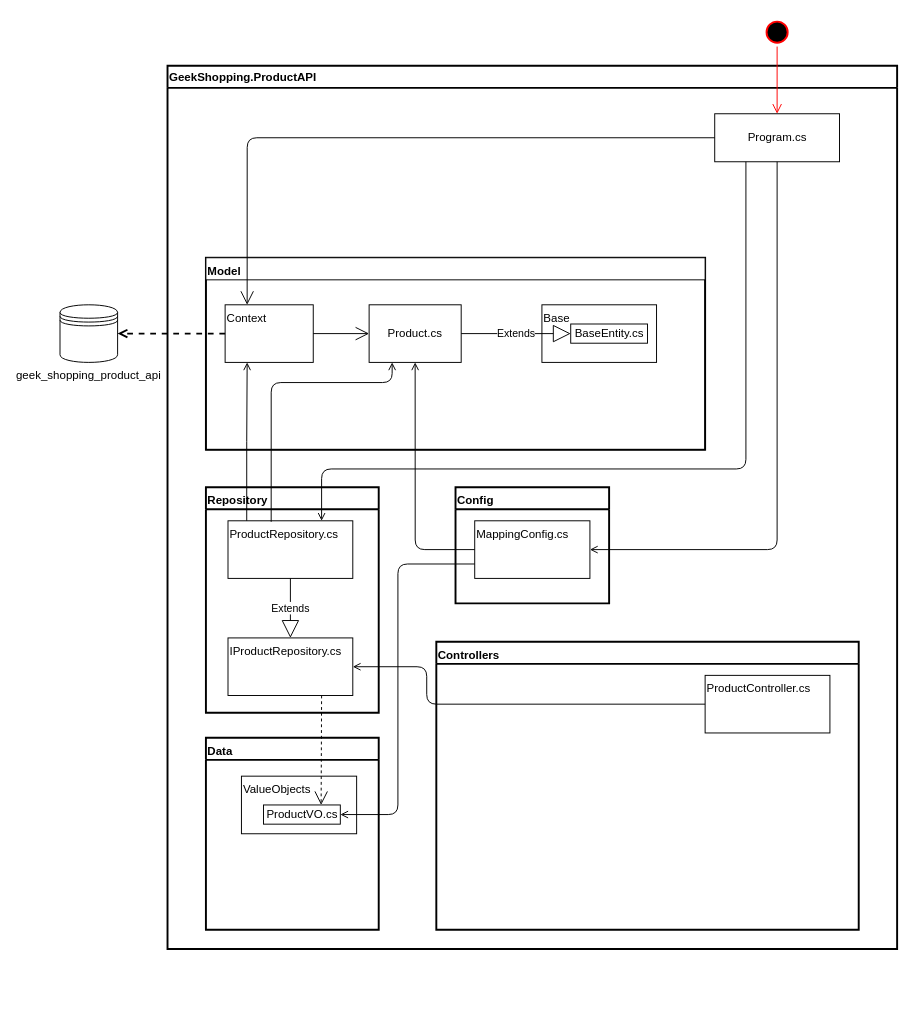
Earlier version of the draw.io diagram GeekShopping/Docs/GeekShopping.ProductAPI.drawio (giovanesd/erudio-microservices-dotnet6). Source tidied: cells renumbered, new cells numbered last; positions are measured from the earlier drawing's top-left corner, leaving out a move shared by most shapes. Both pictures are drawn from the tidied source at 96%, with x=0, y=0 at pixel (60, 17).
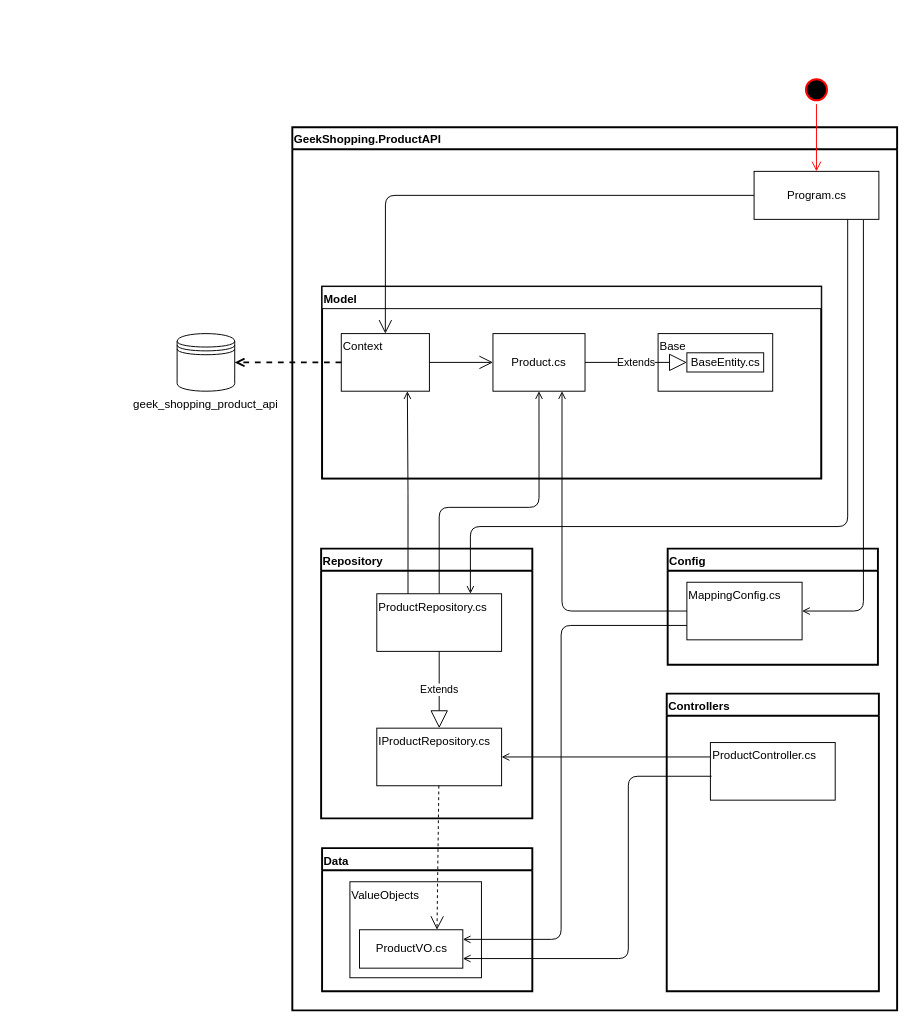
Above is the later version.

Commit message (it also covers changes not shown here):
MS ProductAPI: Created the microservice architecture figure.

Unchanged cells that the change refers to:
```xml
<mxCell id="12" value="MappingConfig.cs" style="rounded=0;whiteSpace=wrap;html=1;align=left;verticalAlign=top;" parent="11" vertex="1">
  <mxGeometry x="20" y="35" width="120" height="60" as="geometry" />
</mxCell>
```

The edit, as a diff of the source:
```diff
@@
-    <mxCell id="2" style="group;align=left;verticalAlign=top;strokeColor=default;strokeWidth=2;" parent="1" vertex="1">
-      <mxGeometry x="152" y="250" width="520" height="200" as="geometry" />
-    </mxCell>
-    <mxCell id="3" value="Model" style="swimlane;align=left;verticalAlign=top;horizontal=1;" parent="2" vertex="1">
-      <mxGeometry width="520" height="200" as="geometry" />
-    </mxCell>
-    <mxCell id="4" value="Context" style="rounded=0;whiteSpace=wrap;html=1;align=left;verticalAlign=top;" parent="3" vertex="1">
-      <mxGeometry x="20" y="49" width="91.8" height="60" as="geometry" />
-    </mxCell>
-    <mxCell id="5" value="Base" style="rounded=0;whiteSpace=wrap;html=1;align=left;verticalAlign=top;" parent="3" vertex="1">
-      <mxGeometry x="350" y="49" width="119.4" height="60" as="geometry" />
-    </mxCell>
-    <mxCell id="6" value="BaseEntity.cs" style="html=1;" parent="3" vertex="1">
-      <mxGeometry x="380" y="69" width="80" height="20" as="geometry" />
-    </mxCell>
-    <mxCell id="7" value="Product.cs" style="rounded=0;whiteSpace=wrap;html=1;" parent="3" vertex="1">
-      <mxGeometry x="170" y="49" width="95.9" height="60" as="geometry" />
-    </mxCell>
-    <mxCell id="8" value="Extends" style="endArrow=block;endSize=16;endFill=0;html=1;rounded=0;exitX=1;exitY=0.5;exitDx=0;exitDy=0;entryX=0;entryY=0.5;entryDx=0;entryDy=0;" parent="3" edge="1" source="7" target="6">
-      <mxGeometry relative="1" as="geometry" />
-    </mxCell>
-    <mxCell id="9" style="endArrow=open;endFill=1;endSize=12;html=1;rounded=0;" parent="3" edge="1" source="4" target="7">
-      <mxGeometry relative="1" as="geometry" />
-    </mxCell>
     <mxCell id="10" value="GeekShopping.ProductAPI" style="swimlane;align=left;strokeWidth=2;" parent="1" vertex="1">
-      <mxGeometry x="112" y="50" width="760" height="920" as="geometry" />
+      <mxGeometry x="242" y="114" width="630" height="920" as="geometry" />
     </mxCell>
     <mxCell id="11" value="Config" style="swimlane;whiteSpace=wrap;html=1;align=left;verticalAlign=top;strokeWidth=2;" parent="10" vertex="1">
-      <mxGeometry x="300" y="439" width="160" height="121" as="geometry" />
+      <mxGeometry x="391" y="439" width="219" height="121" as="geometry" />
     </mxCell>
@@
     <mxCell id="13" value="Program.cs" style="html=1;" parent="10" vertex="1">
-      <mxGeometry x="570" y="50" width="130" height="50" as="geometry" />
+      <mxGeometry x="481" y="46" width="130" height="50" as="geometry" />
     </mxCell>
     <mxCell id="14" value="Repository" style="swimlane;whiteSpace=wrap;html=1;align=left;verticalAlign=top;strokeWidth=2;" parent="10" vertex="1">
-      <mxGeometry x="40" y="439" width="180" height="235" as="geometry" />
+      <mxGeometry x="30" y="439" width="220" height="281" as="geometry" />
     </mxCell>
     <mxCell id="15" value="IProductRepository.cs" style="rounded=0;whiteSpace=wrap;html=1;align=left;verticalAlign=top;" parent="14" vertex="1">
-      <mxGeometry x="23" y="157" width="130" height="60" as="geometry" />
+      <mxGeometry x="58" y="187" width="130" height="60" as="geometry" />
     </mxCell>
     <mxCell id="16" value="ProductRepository.cs" style="rounded=0;whiteSpace=wrap;html=1;align=left;verticalAlign=top;" parent="14" vertex="1">
-      <mxGeometry x="23" y="35" width="130" height="60" as="geometry" />
+      <mxGeometry x="58" y="47" width="130" height="60" as="geometry" />
     </mxCell>
@@
-    <mxCell id="18" style="edgeStyle=orthogonalEdgeStyle;rounded=1;jettySize=auto;html=1;exitX=0.5;exitY=1;exitDx=0;exitDy=0;entryX=1;entryY=0.5;entryDx=0;entryDy=0;endArrow=open;endFill=0;" parent="10" edge="1" source="13" target="12">
+    <mxCell id="18" style="edgeStyle=orthogonalEdgeStyle;rounded=1;jettySize=auto;html=1;exitX=0.876;exitY=1.013;exitDx=0;exitDy=0;entryX=1;entryY=0.5;entryDx=0;entryDy=0;endArrow=open;endFill=0;exitPerimeter=0;" parent="10" edge="1" source="13" target="12">
       <mxGeometry relative="1" as="geometry" />
     </mxCell>
     <mxCell id="19" value="Data" style="swimlane;whiteSpace=wrap;html=1;align=left;verticalAlign=top;strokeWidth=2;" parent="10" vertex="1">
-      <mxGeometry x="40" y="700" width="180" height="200" as="geometry" />
+      <mxGeometry x="31" y="751" width="219" height="149" as="geometry" />
     </mxCell>
     <mxCell id="20" style="group;" parent="19" vertex="1">
-      <mxGeometry x="37" y="40" width="120" height="60" as="geometry" />
+      <mxGeometry x="29" y="35" width="137" height="100" as="geometry" />
     </mxCell>
     <mxCell id="21" value="ValueObjects" style="rounded=0;whiteSpace=wrap;html=1;align=left;verticalAlign=top;" parent="20" vertex="1">
-      <mxGeometry width="120" height="60" as="geometry" />
+      <mxGeometry width="137" height="100" as="geometry" />
     </mxCell>
     <mxCell id="22" value="ProductVO.cs" style="html=1;" parent="20" vertex="1">
-      <mxGeometry x="23" y="30" width="80" height="20" as="geometry" />
+      <mxGeometry x="10" y="50" width="107.6" height="40" as="geometry" />
     </mxCell>
-    <mxCell id="23" style="edgeStyle=orthogonalEdgeStyle;rounded=1;jettySize=auto;html=1;exitX=0;exitY=0.75;exitDx=0;exitDy=0;entryX=1;entryY=0.5;entryDx=0;entryDy=0;endArrow=open;endFill=0;" parent="10" edge="1" source="12" target="22">
+    <mxCell id="23" style="edgeStyle=orthogonalEdgeStyle;rounded=1;jettySize=auto;html=1;exitX=0;exitY=0.75;exitDx=0;exitDy=0;entryX=1;entryY=0.25;entryDx=0;entryDy=0;endArrow=open;endFill=0;" parent="10" edge="1" source="12" target="22">
       <mxGeometry relative="1" as="geometry">
         <Array as="points">
-          <mxPoint x="240" y="519" />
-          <mxPoint x="240" y="780" />
+          <mxPoint x="280" y="519" />
+          <mxPoint x="280" y="846" />
         </Array>
       </mxGeometry>
     </mxCell>
-    <mxCell id="24" style="endArrow=open;endFill=1;endSize=12;html=1;rounded=1;dashed=1;entryX=0.75;entryY=0;entryDx=0;entryDy=0;exitX=0.75;exitY=1;exitDx=0;exitDy=0;" parent="10" edge="1" source="15" target="22">
+    <mxCell id="24" style="endArrow=open;endFill=1;endSize=12;html=1;rounded=1;dashed=1;entryX=0.75;entryY=0;entryDx=0;entryDy=0;" parent="10" edge="1" source="15" target="22">
       <mxGeometry relative="1" as="geometry" />
     </mxCell>
-    <mxCell id="25" style="edgeStyle=orthogonalEdgeStyle;jettySize=auto;html=1;exitX=0.25;exitY=1;exitDx=0;exitDy=0;strokeWidth=1;startArrow=none;startFill=0;endArrow=open;endFill=0;entryX=0.75;entryY=0;entryDx=0;entryDy=0;strokeColor=default;rounded=1;" parent="10" edge="1" source="13" target="16">
+    <mxCell id="25" style="edgeStyle=orthogonalEdgeStyle;jettySize=auto;html=1;exitX=0.75;exitY=1;exitDx=0;exitDy=0;strokeWidth=1;startArrow=none;startFill=0;endArrow=open;endFill=0;entryX=0.75;entryY=0;entryDx=0;entryDy=0;strokeColor=default;rounded=1;" parent="10" edge="1" source="13" target="16">
       <mxGeometry relative="1" as="geometry">
         <Array as="points">
-          <mxPoint x="603" y="420" />
-          <mxPoint x="161" y="420" />
+          <mxPoint x="579" y="416" />
+          <mxPoint x="186" y="416" />
         </Array>
       </mxGeometry>
     </mxCell>
     <mxCell id="26" value="Controllers" style="swimlane;whiteSpace=wrap;html=1;align=left;verticalAlign=top;strokeWidth=2;" parent="10" vertex="1">
-      <mxGeometry x="280" y="600" width="440" height="300" as="geometry" />
+      <mxGeometry x="390" y="590" width="221" height="310" as="geometry" />
     </mxCell>
     <mxCell id="27" value="ProductController.cs" style="rounded=0;whiteSpace=wrap;html=1;align=left;verticalAlign=top;" parent="26" vertex="1">
-      <mxGeometry x="280" y="35" width="130" height="60" as="geometry" />
+      <mxGeometry x="45.5" y="51" width="130" height="60" as="geometry" />
     </mxCell>
-    <mxCell id="28" style="edgeStyle=orthogonalEdgeStyle;rounded=1;sketch=0;jumpStyle=none;jettySize=auto;html=1;exitX=0;exitY=0.5;exitDx=0;exitDy=0;entryX=1;entryY=0.5;entryDx=0;entryDy=0;shadow=0;strokeColor=default;strokeWidth=1;startArrow=none;startFill=0;endArrow=open;endFill=0;" parent="10" edge="1" source="27" target="15">
-      <mxGeometry relative="1" as="geometry">
-        <Array as="points">
-          <mxPoint x="270" y="665" />
-          <mxPoint x="270" y="626" />
-        </Array>
-      </mxGeometry>
+    <mxCell id="28" style="edgeStyle=orthogonalEdgeStyle;rounded=1;sketch=0;jumpStyle=none;jettySize=auto;html=1;exitX=0;exitY=0.25;exitDx=0;exitDy=0;entryX=1;entryY=0.5;entryDx=0;entryDy=0;shadow=0;strokeColor=default;strokeWidth=1;startArrow=none;startFill=0;endArrow=open;endFill=0;" parent="10" edge="1" source="27" target="15">
+      <mxGeometry relative="1" as="geometry" />
     </mxCell>
+    <mxCell id="37" style="edgeStyle=orthogonalEdgeStyle;rounded=1;sketch=0;jumpStyle=none;jettySize=auto;html=1;entryX=1;entryY=0.75;entryDx=0;entryDy=0;shadow=0;strokeColor=default;strokeWidth=1;startArrow=none;startFill=0;endArrow=open;endFill=0;exitX=0.009;exitY=0.585;exitDx=0;exitDy=0;exitPerimeter=0;" parent="10" edge="1" source="27" target="22">
+      <mxGeometry relative="1" as="geometry">
+        <Array as="points">
+          <mxPoint x="350" y="676" />
+          <mxPoint x="350" y="866" />
+        </Array>
+      </mxGeometry>
+    </mxCell>
+    <mxCell id="2" style="group;align=left;verticalAlign=top;strokeColor=default;strokeWidth=2;" parent="10" vertex="1">
+      <mxGeometry x="31" y="166" width="520" height="200" as="geometry" />
+    </mxCell>
+    <mxCell id="3" value="Model" style="swimlane;align=left;verticalAlign=top;horizontal=1;" parent="2" vertex="1">
+      <mxGeometry width="520" height="200" as="geometry" />
+    </mxCell>
+    <mxCell id="4" value="Context" style="rounded=0;whiteSpace=wrap;html=1;align=left;verticalAlign=top;" parent="3" vertex="1">
+      <mxGeometry x="20" y="49" width="91.8" height="60" as="geometry" />
+    </mxCell>
+    <mxCell id="5" value="Base" style="rounded=0;whiteSpace=wrap;html=1;align=left;verticalAlign=top;" parent="3" vertex="1">
+      <mxGeometry x="350" y="49" width="119.4" height="60" as="geometry" />
+    </mxCell>
+    <mxCell id="6" value="BaseEntity.cs" style="html=1;" parent="3" vertex="1">
+      <mxGeometry x="380" y="69" width="80" height="20" as="geometry" />
+    </mxCell>
+    <mxCell id="7" value="Product.cs" style="rounded=0;whiteSpace=wrap;html=1;" parent="3" vertex="1">
+      <mxGeometry x="178" y="49" width="95.9" height="60" as="geometry" />
+    </mxCell>
+    <mxCell id="8" value="Extends" style="endArrow=block;endSize=16;endFill=0;html=1;rounded=0;exitX=1;exitY=0.5;exitDx=0;exitDy=0;entryX=0;entryY=0.5;entryDx=0;entryDy=0;" parent="3" edge="1" source="7" target="6">
+      <mxGeometry relative="1" as="geometry" />
+    </mxCell>
+    <mxCell id="9" style="endArrow=open;endFill=1;endSize=12;html=1;rounded=0;" parent="3" edge="1" source="4" target="7">
+      <mxGeometry relative="1" as="geometry" />
+    </mxCell>
-    <mxCell id="29" style="endArrow=open;endFill=1;endSize=12;html=1;exitX=0;exitY=0.5;exitDx=0;exitDy=0;entryX=0.25;entryY=0;entryDx=0;entryDy=0;shadow=0;jumpStyle=none;rounded=1;" parent="1" edge="1" source="13" target="4">
+    <mxCell id="29" style="endArrow=open;endFill=1;endSize=12;html=1;exitX=0;exitY=0.5;exitDx=0;exitDy=0;entryX=0.5;entryY=0;entryDx=0;entryDy=0;shadow=0;jumpStyle=none;rounded=1;" parent="10" edge="1" source="13" target="4">
       <mxGeometry relative="1" as="geometry">
         <Array as="points">
-          <mxPoint x="195" y="125" />
+          <mxPoint x="97" y="71" />
         </Array>
       </mxGeometry>
     </mxCell>
+    <mxCell id="33" style="edgeStyle=orthogonalEdgeStyle;rounded=1;jettySize=auto;html=1;strokeWidth=1;startArrow=none;startFill=0;endArrow=open;endFill=0;exitX=0.25;exitY=0;exitDx=0;exitDy=0;entryX=0.75;entryY=1;entryDx=0;entryDy=0;" parent="10" edge="1" source="16" target="4">
+      <mxGeometry relative="1" as="geometry" />
+    </mxCell>
+    <mxCell id="32" style="edgeStyle=orthogonalEdgeStyle;rounded=1;jettySize=auto;html=1;strokeWidth=1;endArrow=none;endFill=0;startArrow=open;startFill=0;exitX=0.75;exitY=1;exitDx=0;exitDy=0;entryX=0;entryY=0.5;entryDx=0;entryDy=0;" parent="10" edge="1" source="7" target="12">
+      <mxGeometry relative="1" as="geometry" />
+    </mxCell>
+    <mxCell id="34" style="edgeStyle=orthogonalEdgeStyle;jettySize=auto;html=1;strokeWidth=1;startArrow=none;startFill=0;endArrow=open;endFill=0;exitX=0.5;exitY=0;exitDx=0;exitDy=0;rounded=1;entryX=0.5;entryY=1;entryDx=0;entryDy=0;" parent="10" edge="1" source="16" target="7">
+      <mxGeometry relative="1" as="geometry">
+        <Array as="points">
+          <mxPoint x="153" y="396" />
+          <mxPoint x="257" y="396" />
+        </Array>
+      </mxGeometry>
+    </mxCell>
@@
     <mxCell id="31" value="geek_shopping_product_api" style="shape=datastore;html=1;verticalAlign=top;horizontal=1;whiteSpace=wrap;labelPosition=center;verticalLabelPosition=bottom;align=center;" parent="1" vertex="1">
-      <mxGeometry y="299" width="60" height="60" as="geometry" />
+      <mxGeometry x="122" y="329" width="60" height="60" as="geometry" />
     </mxCell>
-    <mxCell id="32" style="edgeStyle=orthogonalEdgeStyle;rounded=1;jettySize=auto;html=1;strokeWidth=1;endArrow=none;endFill=0;startArrow=open;startFill=0;exitX=0.5;exitY=1;exitDx=0;exitDy=0;entryX=0;entryY=0.5;entryDx=0;entryDy=0;" parent="1" edge="1" source="7" target="12">
-      <mxGeometry relative="1" as="geometry" />
-    </mxCell>
-    <mxCell id="33" style="edgeStyle=orthogonalEdgeStyle;rounded=0;jettySize=auto;html=1;strokeWidth=1;startArrow=none;startFill=0;endArrow=open;endFill=0;exitX=0.15;exitY=0;exitDx=0;exitDy=0;entryX=0.25;entryY=1;entryDx=0;entryDy=0;exitPerimeter=0;" parent="1" edge="1" source="16" target="4">
-      <mxGeometry relative="1" as="geometry" />
-    </mxCell>
-    <mxCell id="34" style="edgeStyle=orthogonalEdgeStyle;jettySize=auto;html=1;entryX=0.25;entryY=1;entryDx=0;entryDy=0;strokeWidth=1;startArrow=none;startFill=0;endArrow=open;endFill=0;exitX=0.346;exitY=0.017;exitDx=0;exitDy=0;exitPerimeter=0;rounded=1;" parent="1" edge="1" source="16" target="7">
-      <mxGeometry relative="1" as="geometry">
-        <Array as="points">
-          <mxPoint x="220" y="380" />
-          <mxPoint x="346" y="380" />
-        </Array>
-      </mxGeometry>
-    </mxCell>
     <mxCell id="35" style="ellipse;html=1;shape=startState;fillColor=#000000;strokeColor=#ff0000;strokeWidth=2;" parent="1" vertex="1">
-      <mxGeometry x="732" width="30" height="30" as="geometry" />
+      <mxGeometry x="773" y="60" width="30" height="30" as="geometry" />
     </mxCell>
```
